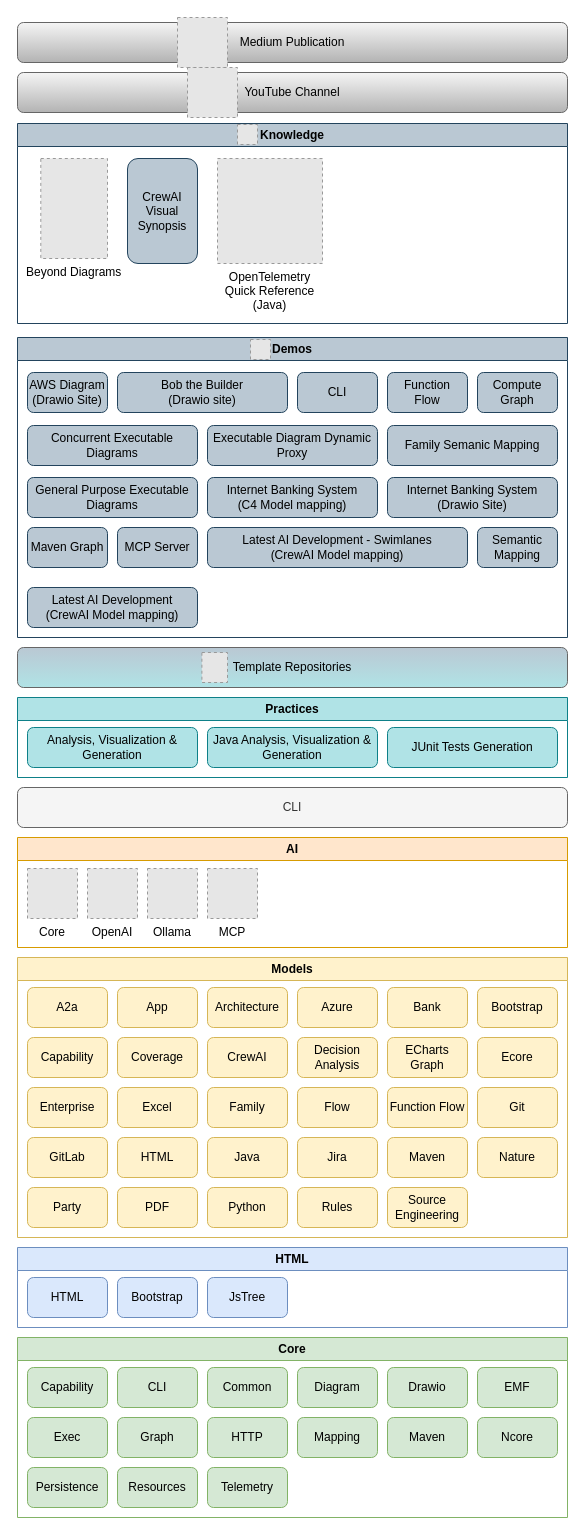
Before: model/nasdanika.drawio in Nasdanika/nasdanika.github.io, a draw.io diagram. Source tidied: cells renumbered, new cells numbered last; positions are measured from the earlier drawing's top-left corner, leaving out a move shared by most shapes. Both pictures are drawn from the tidied source at 100%, with x=0, y=0 at pixel (17, 17). Pictures stored in the file or linked from it are replaced by grey dashed boxes.
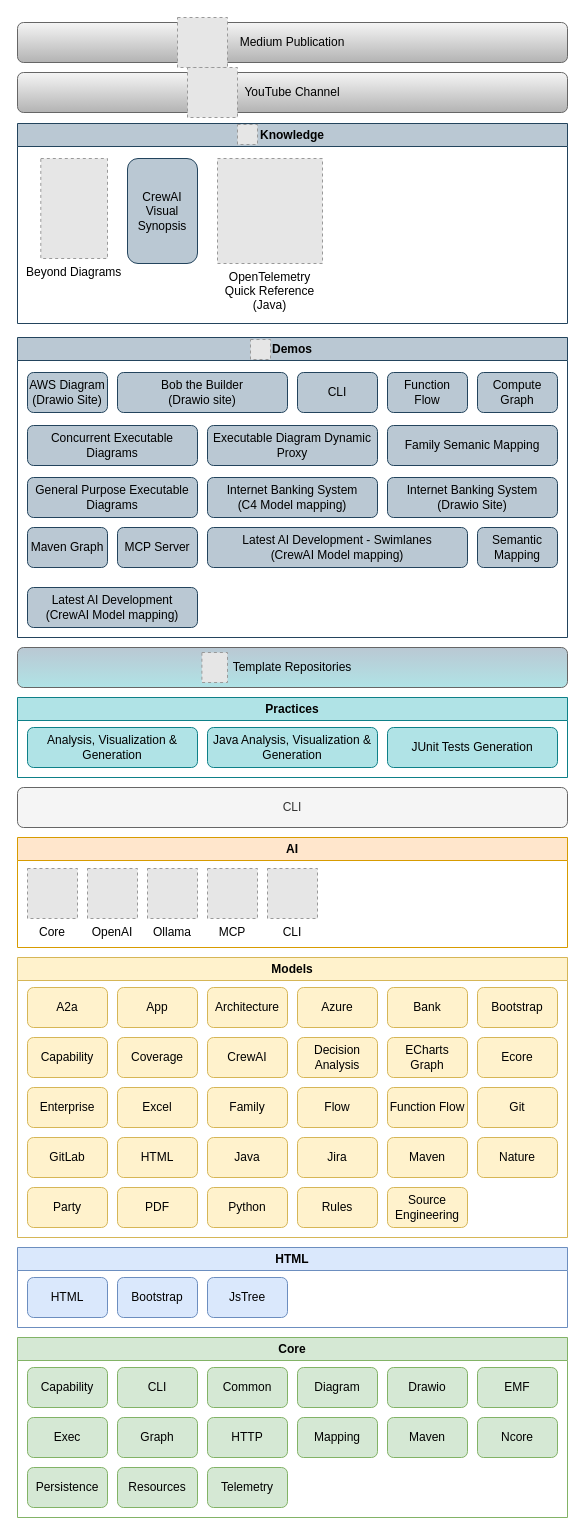
The same page after the edit.

The change refers to these unchanged cells:
```xml
<mxCell id="86" value="AI" style="swimlane;whiteSpace=wrap;html=1;fillColor=#ffe6cc;strokeColor=#d79b00;" parent="1" vertex="1">
  <mxGeometry y="820" width="550" height="110" as="geometry" />
</mxCell>
```

Diff of the diagram source:
```diff
@@
+    <mxCell id="91" value="CLI" style="fillColor=#E6E6E6;strokeColor=#999999;dashed=1;verticalLabelPosition=bottom;labelBackgroundColor=default;verticalAlign=top;" parent="86" vertex="1">
+      <mxGeometry x="250" y="31" width="50" height="50" as="geometry" />
+    </mxCell>
```
